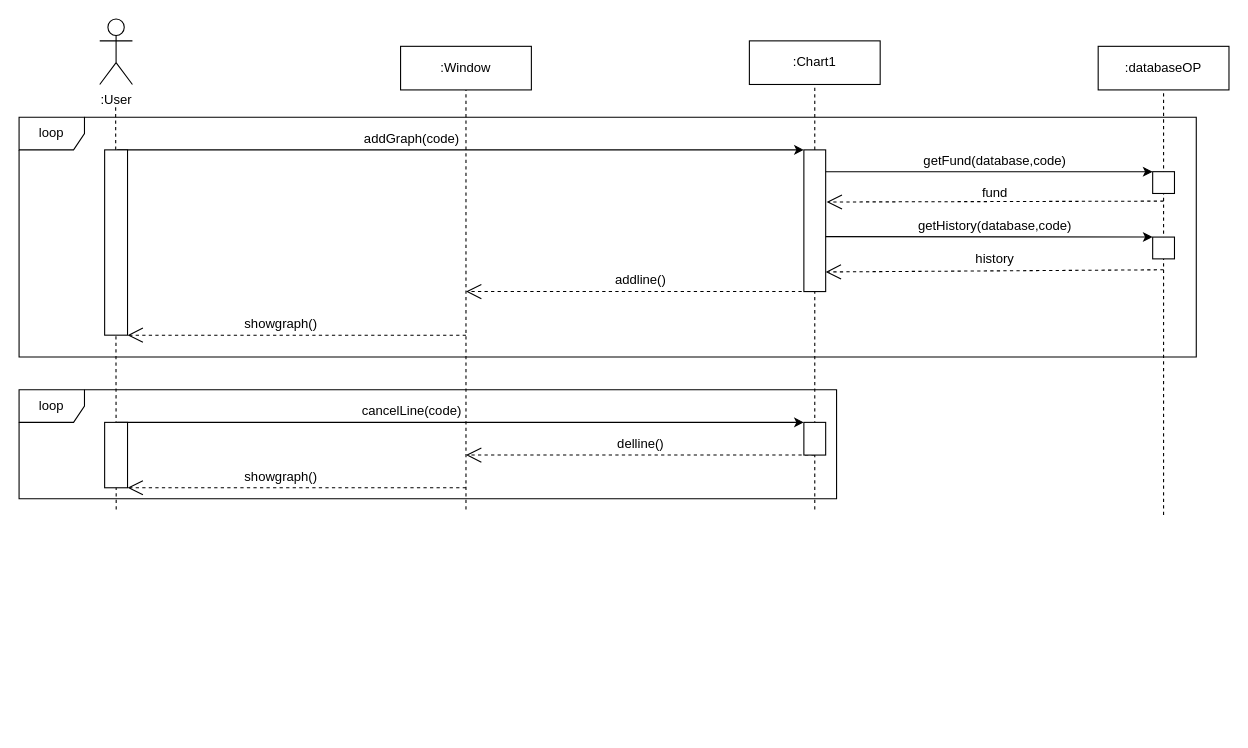
Before: schemas/UseCaseSeq_addcode.drawio in Concyclics/db_big_homework, a draw.io diagram. Source tidied: cells renumbered, new cells numbered last; positions are measured from the earlier drawing's top-left corner, leaving out a move shared by most shapes. Both pictures are drawn from the tidied source at 109%, with x=0, y=0 at pixel (19, 19).
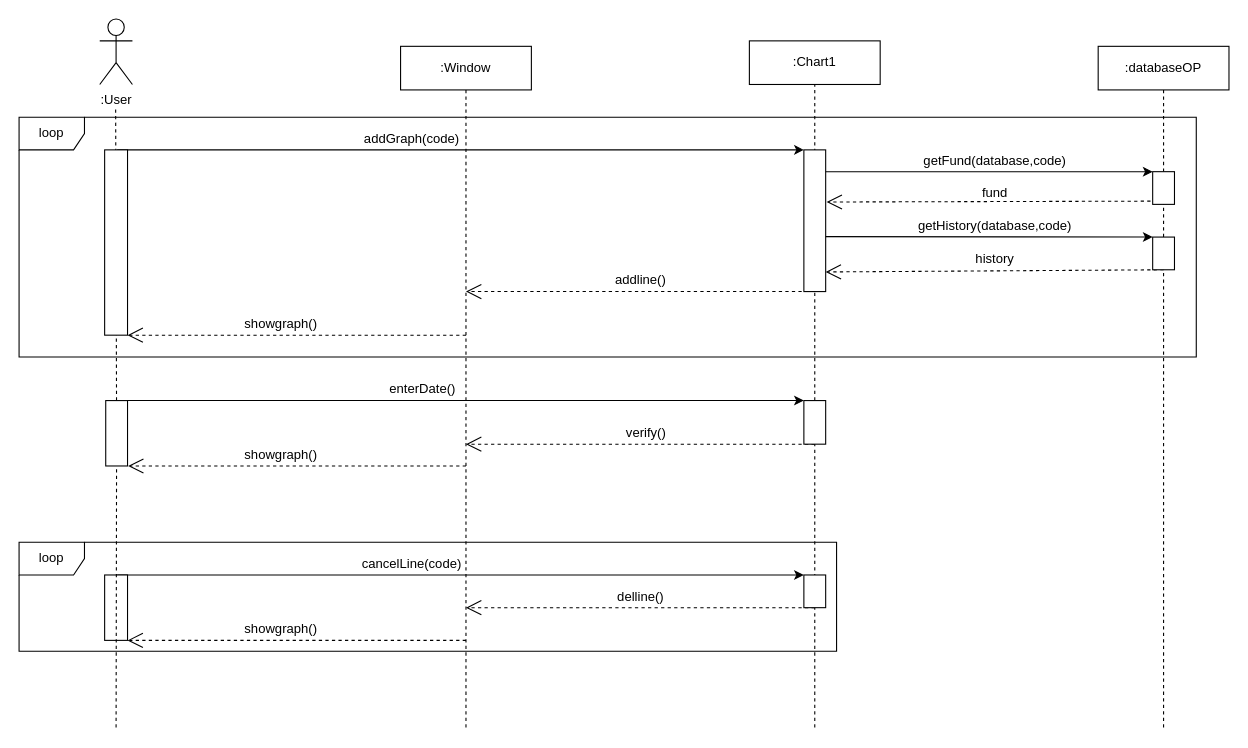
After the change.

Commit message (it also covers changes not shown here):
修正顺序图1

Unchanged cells that the change refers to:
```xml
<mxCell id="6" value=":Chart1" style="rounded=0;whiteSpace=wrap;html=1;" parent="1" vertex="1">
  <mxGeometry x="670" y="20" width="120" height="40" as="geometry" />
</mxCell>
<mxCell id="12" value=":databaseOP" style="rounded=0;whiteSpace=wrap;html=1;" parent="1" vertex="1">
  <mxGeometry x="990" y="25" width="120" height="40" as="geometry" />
</mxCell>
<mxCell id="27" value=":Window" style="rounded=0;whiteSpace=wrap;html=1;" parent="1" vertex="1">
  <mxGeometry x="350" y="25" width="120" height="40" as="geometry" />
</mxCell>
```

Change to the diagram source:
```diff
@@
     <mxCell id="2" value="loop" style="shape=umlFrame;whiteSpace=wrap;html=1;" parent="1" vertex="1">
-      <mxGeometry y="340" width="750" height="100" as="geometry" />
+      <mxGeometry y="480" width="750" height="100" as="geometry" />
     </mxCell>
@@
     <mxCell id="5" style="endArrow=none;dashed=1;html=1;entryX=0.5;entryY=1;entryDx=0;entryDy=0;" parent="1" edge="1" target="27">
       <mxGeometry relative="1" as="geometry">
-        <mxPoint x="410" y="450" as="sourcePoint" />
+        <mxPoint x="410" y="650" as="sourcePoint" />
       </mxGeometry>
     </mxCell>
@@
     <mxCell id="7" style="endArrow=none;dashed=1;html=1;entryX=0.5;entryY=1;entryDx=0;entryDy=0;" parent="1" edge="1" target="6">
       <mxGeometry relative="1" as="geometry">
-        <mxPoint x="730" y="450" as="sourcePoint" />
+        <mxPoint x="730" y="650" as="sourcePoint" />
       </mxGeometry>
     </mxCell>
@@
     <mxCell id="13" style="endArrow=none;dashed=1;html=1;entryX=0.5;entryY=1;entryDx=0;entryDy=0;" parent="1" edge="1" target="12">
       <mxGeometry relative="1" as="geometry">
-        <mxPoint x="1050" y="455" as="sourcePoint" />
+        <mxPoint x="1050" y="650" as="sourcePoint" />
       </mxGeometry>
     </mxCell>
@@
     <mxCell id="22" style="endArrow=classic;html=1;entryX=0;entryY=0;entryDx=0;entryDy=0;" parent="1" edge="1" target="34">
       <mxGeometry relative="1" as="geometry">
-        <mxPoint x="90" y="370" as="sourcePoint" />
+        <mxPoint x="90" y="510" as="sourcePoint" />
       </mxGeometry>
     </mxCell>
     <mxCell id="23" value="cancelLine(code)" style="text;html=1;align=center;verticalAlign=middle;strokeColor=none;" parent="1" vertex="1">
-      <mxGeometry x="305" y="350" width="110" height="20" as="geometry" />
+      <mxGeometry x="305" y="490" width="110" height="20" as="geometry" />
     </mxCell>
     <mxCell id="24" style="endArrow=open;endFill=1;endSize=12;html=1;fontSize=20;dashed=1;" parent="1" edge="1">
       <mxGeometry relative="1" as="geometry">
-        <mxPoint x="730" y="400" as="sourcePoint" />
-        <mxPoint x="410" y="400" as="targetPoint" />
+        <mxPoint x="730" y="540" as="sourcePoint" />
+        <mxPoint x="410" y="540" as="targetPoint" />
       </mxGeometry>
     </mxCell>
     <mxCell id="25" value="delline()" style="text;html=1;align=center;verticalAlign=middle;strokeColor=none;" parent="1" vertex="1">
-      <mxGeometry x="540" y="380" width="60" height="20" as="geometry" />
+      <mxGeometry x="540" y="520" width="60" height="20" as="geometry" />
     </mxCell>
-    <mxCell id="26" style="endArrow=none;dashed=1;html=1;" parent="1" edge="1">
+    <mxCell id="26" style="endArrow=none;dashed=1;html=1;startArrow=none;" parent="1" edge="1" source="38">
       <mxGeometry relative="1" as="geometry">
-        <mxPoint x="89.1" y="450" as="sourcePoint" />
         <mxPoint x="88.6" y="80" as="targetPoint" />
       </mxGeometry>
     </mxCell>
@@
     <mxCell id="30" style="endArrow=open;endFill=1;endSize=12;html=1;fontSize=20;dashed=1;entryX=1;entryY=1;entryDx=0;entryDy=0;" parent="1" edge="1" target="33">
       <mxGeometry relative="1" as="geometry">
-        <mxPoint x="410" y="430" as="sourcePoint" />
+        <mxPoint x="410" y="570" as="sourcePoint" />
       </mxGeometry>
     </mxCell>
     <mxCell id="31" value="showgraph()" style="text;html=1;align=center;verticalAlign=middle;strokeColor=none;" parent="1" vertex="1">
-      <mxGeometry x="200" y="410" width="80" height="20" as="geometry" />
+      <mxGeometry x="200" y="550" width="80" height="20" as="geometry" />
     </mxCell>
@@
     <mxCell id="33" style="rounded=0;whiteSpace=wrap;html=1;" parent="1" vertex="1">
-      <mxGeometry x="78.5" y="370" width="21" height="60" as="geometry" />
+      <mxGeometry x="78.5" y="510" width="21" height="60" as="geometry" />
     </mxCell>
     <mxCell id="34" style="rounded=0;whiteSpace=wrap;html=1;" parent="1" vertex="1">
-      <mxGeometry x="720" y="370" width="20" height="30" as="geometry" />
+      <mxGeometry x="720" y="510" width="20" height="30" as="geometry" />
     </mxCell>
@@
     <mxCell id="36" style="rounded=0;whiteSpace=wrap;html=1;" parent="1" vertex="1">
-      <mxGeometry x="1040" y="140" width="20" height="20" as="geometry" />
+      <mxGeometry x="1040" y="140" width="20" height="30" as="geometry" />
     </mxCell>
     <mxCell id="37" style="rounded=0;whiteSpace=wrap;html=1;" parent="1" vertex="1">
-      <mxGeometry x="1040" y="200" width="20" height="20" as="geometry" />
+      <mxGeometry x="1040" y="200" width="20" height="30" as="geometry" />
     </mxCell>
+    <mxCell id="38" style="rounded=0;whiteSpace=wrap;html=1;" parent="1" vertex="1">
+      <mxGeometry x="79.5" y="350" width="20" height="60" as="geometry" />
+    </mxCell>
+    <mxCell id="39" style="endArrow=none;dashed=1;html=1;" parent="1" edge="1" target="38">
+      <mxGeometry relative="1" as="geometry">
+        <mxPoint x="89" y="650" as="sourcePoint" />
+      </mxGeometry>
+    </mxCell>
+    <mxCell id="40" style="endArrow=classic;html=1;entryX=0;entryY=0;entryDx=0;entryDy=0;" parent="1" edge="1" target="46">
+      <mxGeometry relative="1" as="geometry">
+        <mxPoint x="99.5" y="350" as="sourcePoint" />
+      </mxGeometry>
+    </mxCell>
+    <mxCell id="41" value="enterDate()" style="text;html=1;align=center;verticalAlign=middle;strokeColor=none;" parent="1" vertex="1">
+      <mxGeometry x="330" y="330" width="80" height="20" as="geometry" />
+    </mxCell>
+    <mxCell id="42" style="endArrow=open;endFill=1;endSize=12;html=1;fontSize=20;dashed=1;" parent="1" edge="1">
+      <mxGeometry relative="1" as="geometry">
+        <mxPoint x="730" y="390" as="sourcePoint" />
+        <mxPoint x="410" y="390" as="targetPoint" />
+      </mxGeometry>
+    </mxCell>
+    <mxCell id="43" value="verify()" style="text;html=1;align=center;verticalAlign=middle;strokeColor=none;" parent="1" vertex="1">
+      <mxGeometry x="550" y="370" width="50" height="20" as="geometry" />
+    </mxCell>
+    <mxCell id="44" style="endArrow=open;endFill=1;endSize=12;html=1;fontSize=20;dashed=1;" parent="1" edge="1">
+      <mxGeometry relative="1" as="geometry">
+        <mxPoint x="410" y="410" as="sourcePoint" />
+        <mxPoint x="100" y="410" as="targetPoint" />
+      </mxGeometry>
+    </mxCell>
+    <mxCell id="45" value="showgraph()" style="text;html=1;align=center;verticalAlign=middle;strokeColor=none;" parent="1" vertex="1">
+      <mxGeometry x="200" y="390" width="80" height="20" as="geometry" />
+    </mxCell>
+    <mxCell id="46" style="rounded=0;whiteSpace=wrap;html=1;" parent="1" vertex="1">
+      <mxGeometry x="720" y="350" width="20" height="40" as="geometry" />
+    </mxCell>
```
